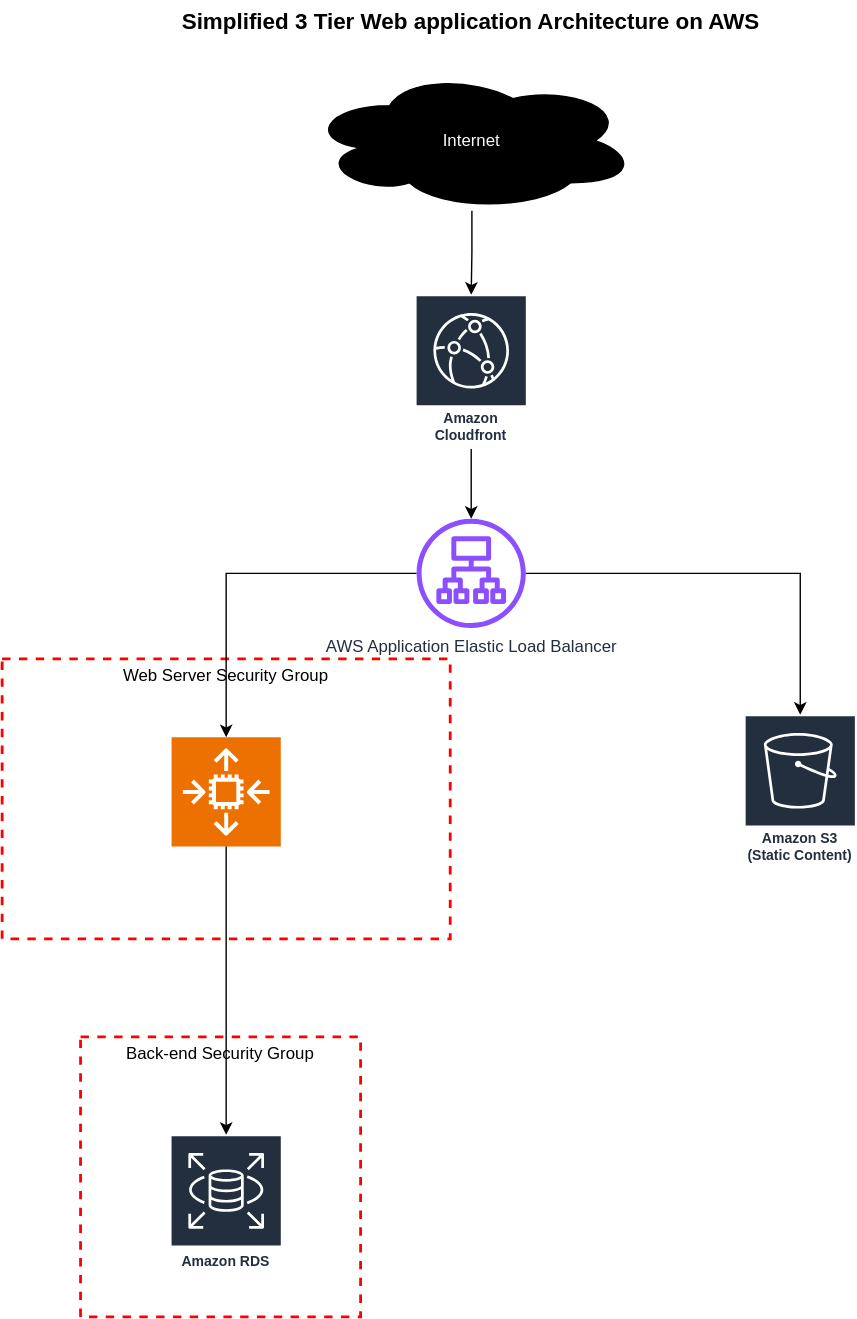
Before: aws/aws_3_teir.drawio.svg, a diagram exported from draw.io (Anthonyntilelli/terraform-gcp-example). Source tidied: cells renumbered, new cells last; positions are measured from the earlier drawing's top-left corner, leaving out a move shared by most shapes.
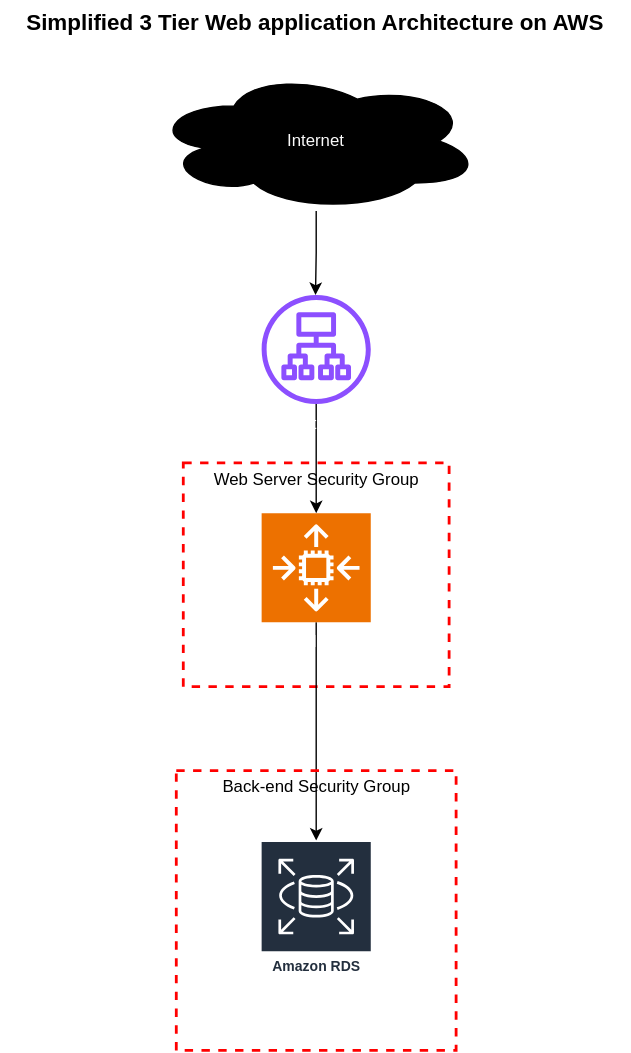
Later version of the same file.

Commit message:
updated security groups

What changed in the source:
```diff
@@ -3,46 +3,36 @@
     <mxCell id="0" />
     <mxCell id="1" parent="0" />
     <mxCell id="2" value="Web Server Security Group" style="fontStyle=0;verticalAlign=top;align=center;spacingTop=-2;fillColor=none;rounded=0;whiteSpace=wrap;html=1;strokeColor=#FF0000;strokeWidth=2;dashed=1;" parent="1" vertex="1">
-      <mxGeometry y="470" width="320" height="200" as="geometry" />
+      <mxGeometry x="240.5" y="330" width="190" height="160" as="geometry" />
     </mxCell>
-    <mxCell id="3" value="&lt;div&gt;Auto scaling group&lt;/div&gt;" style="sketch=0;points=[[0,0,0],[0.25,0,0],[0.5,0,0],[0.75,0,0],[1,0,0],[0,1,0],[0.25,1,0],[0.5,1,0],[0.75,1,0],[1,1,0],[0,0.25,0],[0,0.5,0],[0,0.75,0],[1,0.25,0],[1,0.5,0],[1,0.75,0]];outlineConnect=0;fontColor=#FFFFFF;fillColor=#ED7100;strokeColor=#ffffff;dashed=0;verticalLabelPosition=bottom;verticalAlign=top;align=center;html=1;fontSize=12;fontStyle=0;shape=mxgraph.aws4.resourceIcon;resIcon=mxgraph.aws4.auto_scaling2;" parent="2" vertex="1">
-      <mxGeometry x="121" y="56" width="78" height="78" as="geometry" />
-    </mxCell>
     <mxCell id="4" value="&lt;b&gt;&lt;font style=&quot;font-size: 16px;&quot;&gt;Simplified 3 Tier Web application Architecture on AWS&lt;/font&gt;&lt;/b&gt;" style="text;html=1;strokeColor=none;fillColor=none;align=center;verticalAlign=middle;whiteSpace=wrap;rounded=0;" parent="1" vertex="1">
       <mxGeometry x="110" width="450" height="30" as="geometry" />
     </mxCell>
-    <mxCell id="5" style="edgeStyle=orthogonalEdgeStyle;rounded=0;jettySize=auto;html=1;" parent="1" edge="1" source="6" target="8">
-      <mxGeometry relative="1" as="geometry" />
+    <mxCell id="5" style="edgeStyle=orthogonalEdgeStyle;rounded=0;jettySize=auto;html=1;" parent="1" edge="1" source="6">
+      <mxGeometry relative="1" as="geometry">
+        <mxPoint x="335" y="210" as="targetPoint" />
+      </mxGeometry>
     </mxCell>
     <mxCell id="6" value="Internet" style="ellipse;shape=cloud;whiteSpace=wrap;html=1;align=center;fontColor=#FAFAFA;fillColor=#000000;" parent="1" vertex="1">
       <mxGeometry x="218" y="50" width="235" height="100" as="geometry" />
     </mxCell>
-    <mxCell id="7" style="edgeStyle=orthogonalEdgeStyle;rounded=0;jettySize=auto;html=1;" parent="1" edge="1" source="8" target="11">
-      <mxGeometry relative="1" as="geometry" />
-    </mxCell>
-    <mxCell id="8" value="Amazon Cloudfront" style="sketch=0;outlineConnect=0;fontColor=#232F3E;gradientColor=none;strokeColor=#ffffff;fillColor=#232F3E;dashed=0;verticalLabelPosition=middle;verticalAlign=bottom;align=center;html=1;whiteSpace=wrap;fontSize=10;fontStyle=1;spacing=3;shape=mxgraph.aws4.productIcon;prIcon=mxgraph.aws4.cloudfront;" parent="1" vertex="1">
-      <mxGeometry x="295" y="210" width="80" height="110" as="geometry" />
-    </mxCell>
-    <mxCell id="9" style="edgeStyle=orthogonalEdgeStyle;rounded=0;jettySize=auto;html=1;" parent="1" edge="1" source="11" target="12">
-      <mxGeometry relative="1" as="geometry" />
-    </mxCell>
     <mxCell id="10" style="edgeStyle=orthogonalEdgeStyle;rounded=0;jettySize=auto;html=1;entryX=0.5;entryY=0;entryDx=0;entryDy=0;entryPerimeter=0;" parent="1" edge="1" source="11" target="3">
       <mxGeometry relative="1" as="geometry" />
     </mxCell>
-    <mxCell id="11" value="AWS Application Elastic Load Balancer" style="sketch=0;outlineConnect=0;fontColor=#232F3E;gradientColor=none;fillColor=#8C4FFF;strokeColor=none;dashed=0;verticalLabelPosition=bottom;verticalAlign=top;align=center;html=1;fontSize=12;fontStyle=0;shape=mxgraph.aws4.application_load_balancer;" parent="1" vertex="1">
-      <mxGeometry x="296" y="370" width="78" height="78" as="geometry" />
+    <mxCell id="11" value="Application Elastic Load Balancer" style="sketch=0;outlineConnect=0;fontColor=#FFFFFF;gradientColor=none;fillColor=#8C4FFF;strokeColor=none;dashed=0;verticalLabelPosition=bottom;verticalAlign=top;align=center;html=1;fontSize=12;fontStyle=0;shape=mxgraph.aws4.application_load_balancer;" parent="1" vertex="1">
+      <mxGeometry x="296.5" y="210" width="78" height="78" as="geometry" />
     </mxCell>
-    <mxCell id="12" value="&lt;div&gt;Amazon S3 (Static Content)&lt;/div&gt;" style="sketch=0;outlineConnect=0;fontColor=#232F3E;gradientColor=none;strokeColor=#ffffff;fillColor=#232F3E;dashed=0;verticalLabelPosition=middle;verticalAlign=bottom;align=center;html=1;whiteSpace=wrap;fontSize=10;fontStyle=1;spacing=3;shape=mxgraph.aws4.productIcon;prIcon=mxgraph.aws4.s3;" parent="1" vertex="1">
-      <mxGeometry x="530" y="510" width="80" height="110" as="geometry" />
-    </mxCell>
-    <mxCell id="13" value="Amazon RDS" style="sketch=0;outlineConnect=0;fontColor=#232F3E;gradientColor=none;strokeColor=#ffffff;fillColor=#232F3E;dashed=0;verticalLabelPosition=middle;verticalAlign=bottom;align=center;html=1;whiteSpace=wrap;fontSize=10;fontStyle=1;spacing=3;shape=mxgraph.aws4.productIcon;prIcon=mxgraph.aws4.rds;" parent="1" vertex="1">
-      <mxGeometry x="120" y="810" width="80" height="100" as="geometry" />
-    </mxCell>
     <mxCell id="14" style="edgeStyle=orthogonalEdgeStyle;rounded=0;jettySize=auto;html=1;" parent="1" edge="1" source="3" target="13">
       <mxGeometry relative="1" as="geometry" />
     </mxCell>
     <mxCell id="15" value="&lt;div&gt;Back-end Security Group&lt;/div&gt;" style="fontStyle=0;verticalAlign=top;align=center;spacingTop=-2;fillColor=none;rounded=0;whiteSpace=wrap;html=1;strokeColor=#FF0000;strokeWidth=2;dashed=1;" parent="1" vertex="1">
-      <mxGeometry x="56" y="740" width="200" height="200" as="geometry" />
+      <mxGeometry x="235.5" y="550" width="200" height="200" as="geometry" />
     </mxCell>
+    <mxCell id="13" value="Amazon RDS" style="sketch=0;outlineConnect=0;fontColor=#232F3E;gradientColor=none;strokeColor=#ffffff;fillColor=#232F3E;dashed=0;verticalLabelPosition=middle;verticalAlign=bottom;align=center;html=1;whiteSpace=wrap;fontSize=10;fontStyle=1;spacing=3;shape=mxgraph.aws4.productIcon;prIcon=mxgraph.aws4.rds;" parent="15" vertex="1">
+      <mxGeometry x="60" y="50" width="80" height="100" as="geometry" />
+    </mxCell>
+    <mxCell id="3" value="&lt;div&gt;Auto scaling group&lt;/div&gt;" style="sketch=0;points=[[0,0,0],[0.25,0,0],[0.5,0,0],[0.75,0,0],[1,0,0],[0,1,0],[0.25,1,0],[0.5,1,0],[0.75,1,0],[1,1,0],[0,0.25,0],[0,0.5,0],[0,0.75,0],[1,0.25,0],[1,0.5,0],[1,0.75,0]];outlineConnect=0;fontColor=#FFFFFF;fillColor=#ED7100;strokeColor=#ffffff;dashed=0;verticalLabelPosition=bottom;verticalAlign=top;align=center;html=1;fontSize=12;fontStyle=0;shape=mxgraph.aws4.resourceIcon;resIcon=mxgraph.aws4.auto_scaling2;" parent="1" vertex="1">
+      <mxGeometry x="296.5" y="366" width="78" height="78" as="geometry" />
+    </mxCell>
   </root>
 </mxGraphModel>
```
